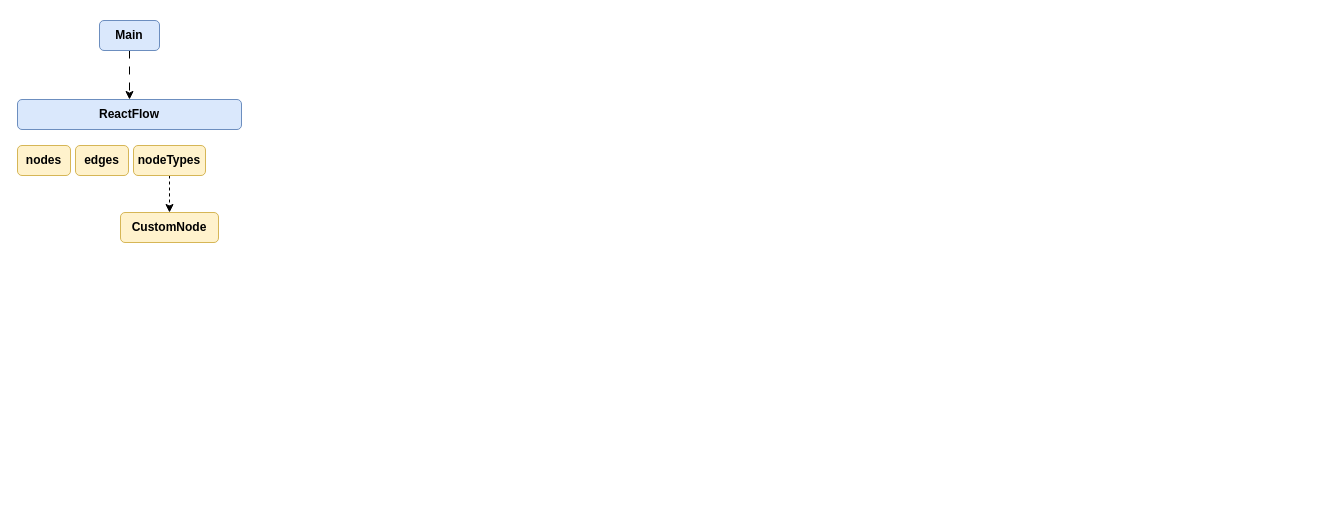
orlov-oleg-developer/uml-diagrams keeps this draw.io diagram as page "Diagramm" (3 of 6) of Self-Diagrams.drawio. Above is the earlier version. Source tidied: cells renumbered, new cells numbered last; positions are measured from the earlier drawing's top-left corner, leaving out a move shared by most shapes. Both pictures are drawn from the tidied source at 100%, with x=0, y=0 at pixel (17, 20).
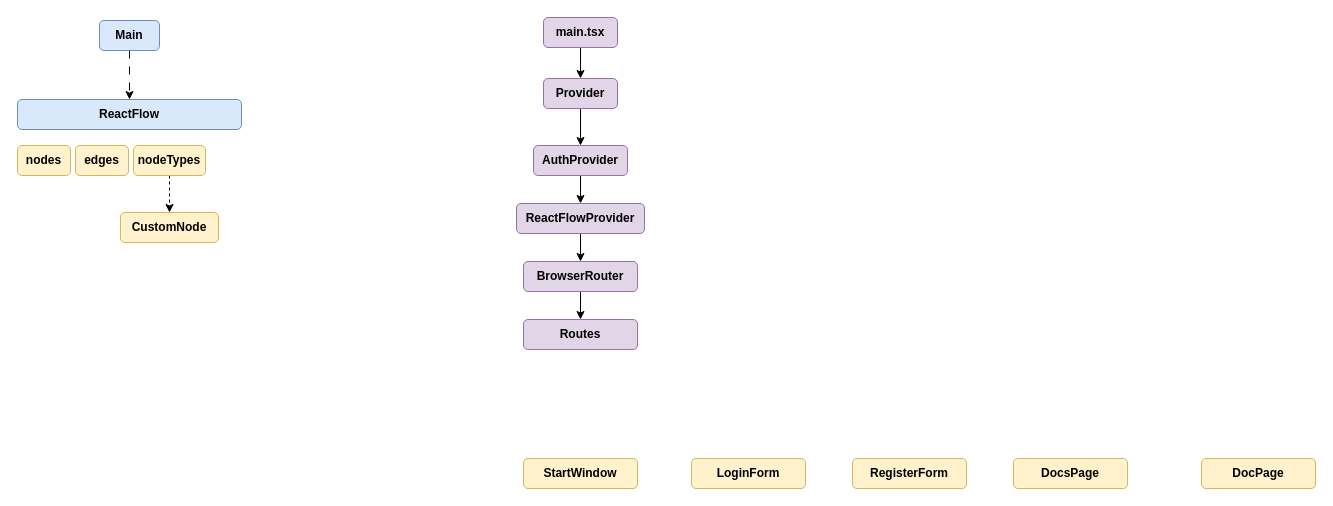
The same diagram, later.

Diff of the diagram source:
```diff
@@
+    <mxCell id="10" style="edgeStyle=orthogonalEdgeStyle;rounded=0;jettySize=auto;html=1;entryX=0.5;entryY=0;entryDx=0;entryDy=0;" parent="1" edge="1" source="11" target="13">
+      <mxGeometry relative="1" as="geometry" />
+    </mxCell>
+    <mxCell id="11" value="main.tsx" style="rounded=1;whiteSpace=wrap;html=1;fillColor=#e1d5e7;strokeColor=#9673a6;fontStyle=1;" parent="1" vertex="1">
+      <mxGeometry x="526" y="-3" width="74" height="30" as="geometry" />
+    </mxCell>
+    <mxCell id="12" style="edgeStyle=orthogonalEdgeStyle;rounded=0;jettySize=auto;html=1;entryX=0.5;entryY=0;entryDx=0;entryDy=0;" parent="1" edge="1" source="13" target="17">
+      <mxGeometry relative="1" as="geometry" />
+    </mxCell>
+    <mxCell id="13" value="Provider" style="rounded=1;whiteSpace=wrap;html=1;fillColor=#e1d5e7;strokeColor=#9673a6;fontStyle=1;" parent="1" vertex="1">
+      <mxGeometry x="526" y="58" width="74" height="30" as="geometry" />
+    </mxCell>
+    <mxCell id="14" style="edgeStyle=orthogonalEdgeStyle;rounded=0;jettySize=auto;html=1;entryX=0.5;entryY=0;entryDx=0;entryDy=0;" parent="1" edge="1" source="15" target="19">
+      <mxGeometry relative="1" as="geometry" />
+    </mxCell>
+    <mxCell id="15" value="ReactFlowProvider" style="rounded=1;whiteSpace=wrap;html=1;fillColor=#e1d5e7;strokeColor=#9673a6;fontStyle=1;" parent="1" vertex="1">
+      <mxGeometry x="499" y="183" width="128" height="30" as="geometry" />
+    </mxCell>
+    <mxCell id="16" style="edgeStyle=orthogonalEdgeStyle;rounded=0;jettySize=auto;html=1;entryX=0.5;entryY=0;entryDx=0;entryDy=0;" parent="1" edge="1" source="17" target="15">
+      <mxGeometry relative="1" as="geometry" />
+    </mxCell>
+    <mxCell id="17" value="AuthProvider" style="rounded=1;whiteSpace=wrap;html=1;fillColor=#e1d5e7;strokeColor=#9673a6;fontStyle=1;" parent="1" vertex="1">
+      <mxGeometry x="516" y="125" width="94" height="30" as="geometry" />
+    </mxCell>
+    <mxCell id="18" style="edgeStyle=orthogonalEdgeStyle;rounded=0;jettySize=auto;html=1;entryX=0.5;entryY=0;entryDx=0;entryDy=0;" parent="1" edge="1" source="19" target="20">
+      <mxGeometry relative="1" as="geometry" />
+    </mxCell>
+    <mxCell id="19" value="BrowserRouter" style="rounded=1;whiteSpace=wrap;html=1;fillColor=#e1d5e7;strokeColor=#9673a6;fontStyle=1;" parent="1" vertex="1">
+      <mxGeometry x="506" y="241" width="114" height="30" as="geometry" />
+    </mxCell>
+    <mxCell id="20" value="Routes" style="rounded=1;whiteSpace=wrap;html=1;fillColor=#e1d5e7;strokeColor=#9673a6;fontStyle=1;" parent="1" vertex="1">
+      <mxGeometry x="506" y="299" width="114" height="30" as="geometry" />
+    </mxCell>
+    <mxCell id="21" value="StartWindow" style="rounded=1;whiteSpace=wrap;html=1;fillColor=#fff2cc;strokeColor=#d6b656;fontStyle=1;" parent="1" vertex="1">
+      <mxGeometry x="506" y="438" width="114" height="30" as="geometry" />
+    </mxCell>
+    <mxCell id="22" value="RegisterForm" style="rounded=1;whiteSpace=wrap;html=1;fillColor=#fff2cc;strokeColor=#d6b656;fontStyle=1;" parent="1" vertex="1">
+      <mxGeometry x="835" y="438" width="114" height="30" as="geometry" />
+    </mxCell>
+    <mxCell id="23" value="LoginForm" style="rounded=1;whiteSpace=wrap;html=1;fillColor=#fff2cc;strokeColor=#d6b656;fontStyle=1;" parent="1" vertex="1">
+      <mxGeometry x="674" y="438" width="114" height="30" as="geometry" />
+    </mxCell>
+    <mxCell id="24" value="DocsPage" style="rounded=1;whiteSpace=wrap;html=1;fillColor=#fff2cc;strokeColor=#d6b656;fontStyle=1;" parent="1" vertex="1">
+      <mxGeometry x="996" y="438" width="114" height="30" as="geometry" />
+    </mxCell>
+    <mxCell id="25" value="DocPage" style="rounded=1;whiteSpace=wrap;html=1;fillColor=#fff2cc;strokeColor=#d6b656;fontStyle=1;" parent="1" vertex="1">
+      <mxGeometry x="1184" y="438" width="114" height="30" as="geometry" />
+    </mxCell>
```
